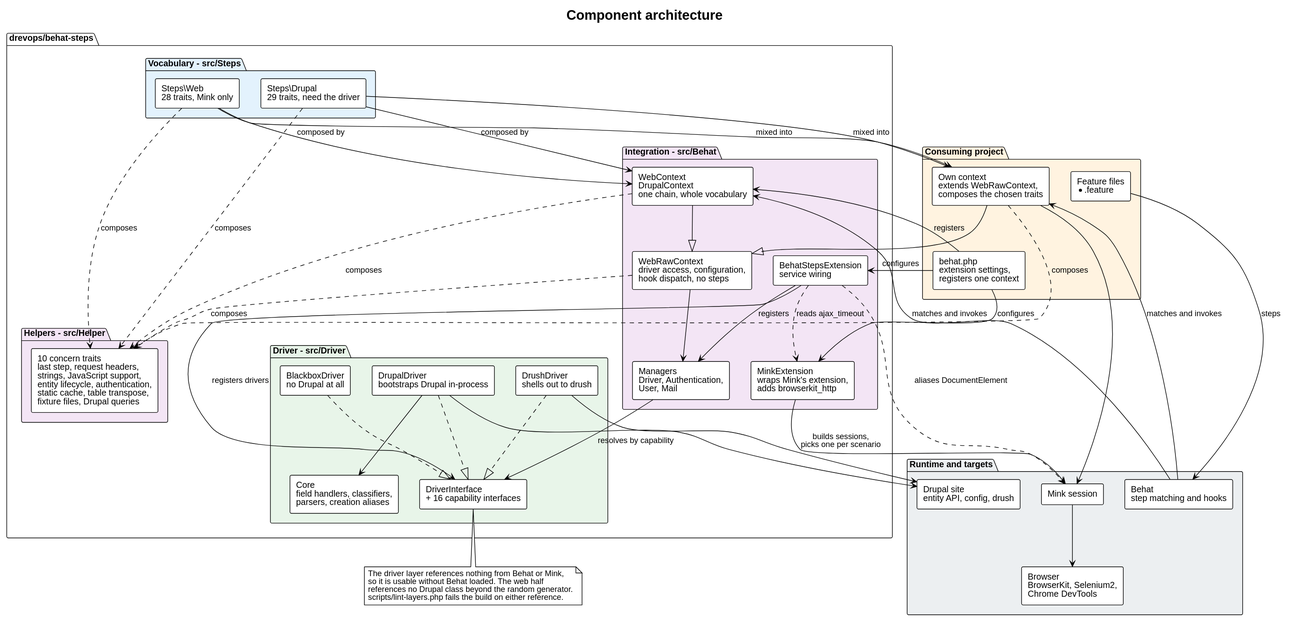
The PlantUML diagram docs/architecture/architecture.svg in drevops/behat-steps, before a commit.
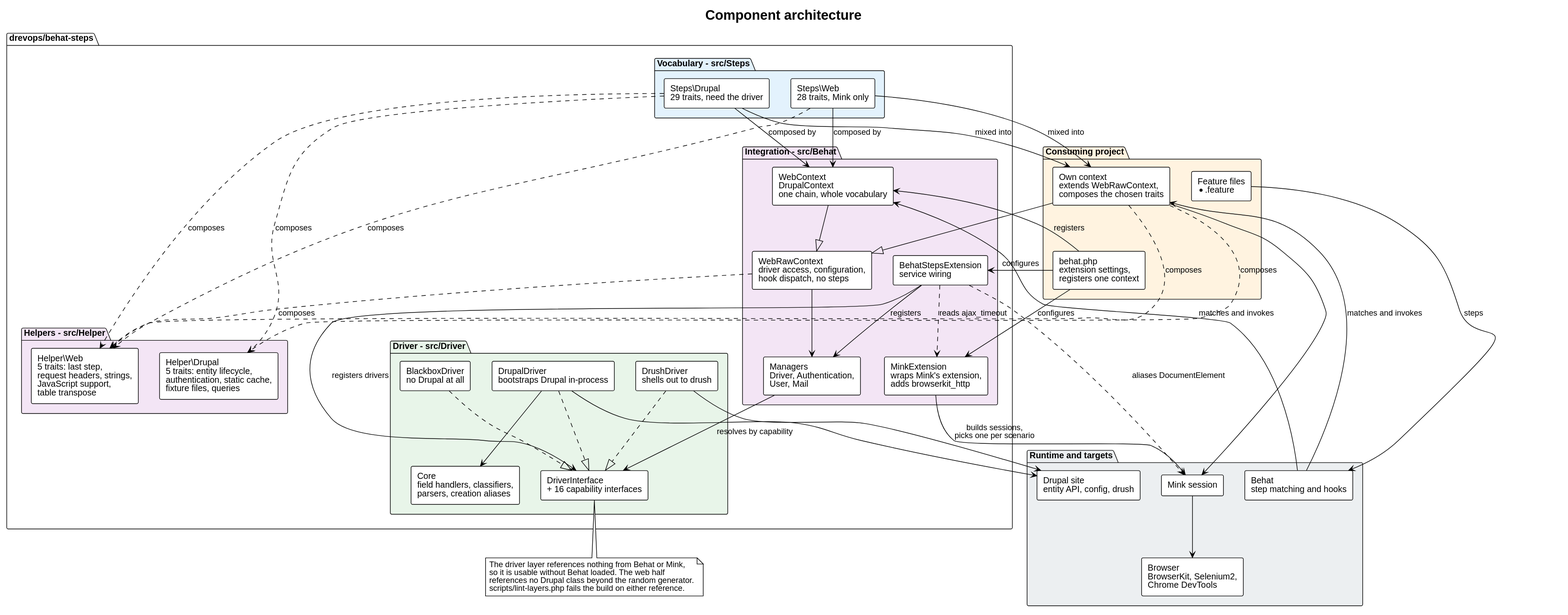
The same file after the commit.

Commit message:
[#836] Retraced the migration guide and the architecture docs onto the helper split.

Diff of the diagram source:
```diff
@@ -20,7 +20,8 @@
   }
 
   package "Helpers - src/Helper" #F3E5F5 {
-    component "10 concern traits\nlast step, request headers,\nstrings, JavaScript support,\nentity lifecycle, authentication,\nstatic cache, table transpose,\nfixture files, Drupal queries" as Helpers
+    component "Helper\\Web\n5 traits: last step,\nrequest headers, strings,\nJavaScript support,\ntable transpose" as WebHelpers
+    component "Helper\\Drupal\n5 traits: entity lifecycle,\nauthentication, static cache,\nfixture files, queries" as DrupalHelpers
   }
 
   package "Integration - src/Behat" #F3E5F5 {
@@ -58,11 +59,12 @@
 DrupalSteps --> Vocabularies : composed by
 WebSteps --> Consumer : mixed into
 DrupalSteps --> Consumer : mixed into
-WebSteps ..> Helpers : composes
-DrupalSteps ..> Helpers : composes
-WebRawCtx ..> Helpers : composes
-Vocabularies ..> Helpers : composes
-Consumer ..> Helpers : composes
+WebSteps ..> WebHelpers : composes
+DrupalSteps ..> WebHelpers : composes
+DrupalSteps ..> DrupalHelpers : composes
+WebRawCtx ..> WebHelpers : composes
+Consumer ..> WebHelpers : composes
+Consumer ..> DrupalHelpers : composes
 
 Consumer --|> WebRawCtx
 Vocabularies --|> WebRawCtx
```
